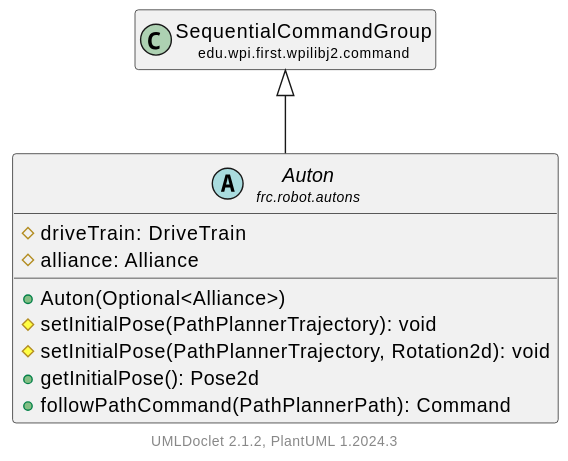
This is docs/uml/frc/robot/autons/Auton.svg from LakotaRobotics1038/2026RobotProject, a PlantUML export, as it was before one commit.
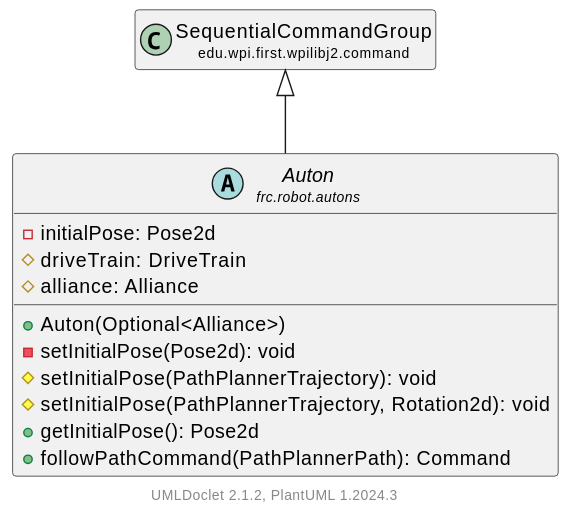
The same diagram one commit later.

Change to the diagram source:
```diff
@@ -4,9 +4,11 @@
     hide empty methods
 
     abstract class "<size:14>Auton\n<size:10>frc.robot.autons" as frc.robot.autons.Auton [[Auton.html]] {
+        -initialPose: Pose2d
         #driveTrain: DriveTrain
         #alliance: Alliance
         +Auton(Optional<Alliance>)
+        -setInitialPose(Pose2d): void
         #setInitialPose(PathPlannerTrajectory): void
         #setInitialPose(PathPlannerTrajectory, Rotation2d): void
         +getInitialPose(): Pose2d
```
